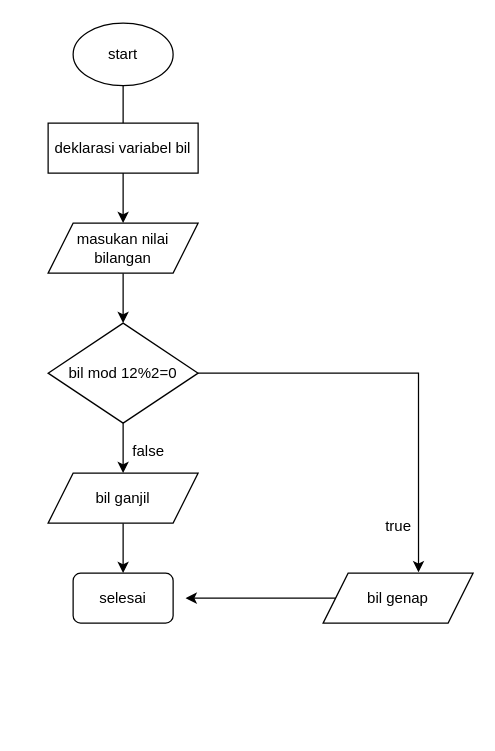
Above: ganjil genal.drawio in lusy17/Algo_B_23241048_ (draw.io), before the change. Source tidied: cells renumbered, new cells numbered last; positions are measured from the earlier drawing's top-left corner, leaving out a move shared by most shapes. Both pictures are drawn from the tidied source at 125%, with x=0, y=0 at pixel (48, 22).
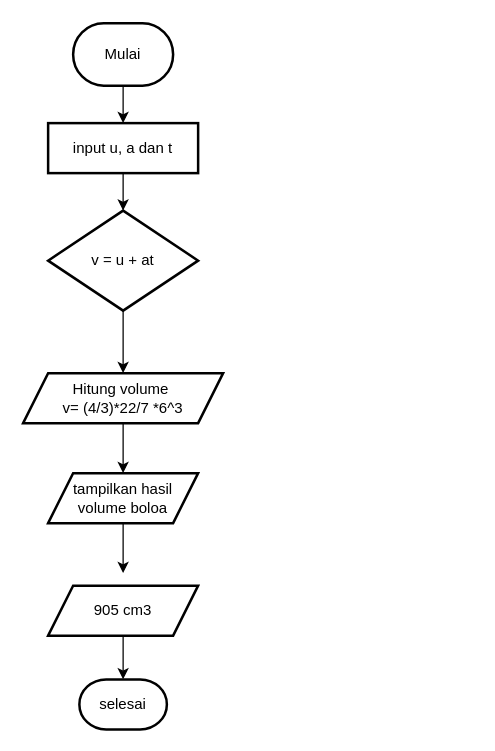
After the change.

Change to the diagram source:
```diff
@@
 <mxGraphModel>
   <root>
     <mxCell id="0" />
     <mxCell id="1" parent="0" />
-    <mxCell id="2" style="edgeStyle=orthogonalEdgeStyle;rounded=0;jettySize=auto;html=1;" parent="1" edge="1" source="3" target="7">
-      <mxGeometry relative="1" as="geometry" />
-    </mxCell>
-    <mxCell id="3" value="start" style="ellipse;whiteSpace=wrap;html=1;" parent="1" vertex="1">
-      <mxGeometry x="20" width="80" height="50" as="geometry" />
-    </mxCell>
-    <mxCell id="4" style="edgeStyle=orthogonalEdgeStyle;rounded=0;orthogonalLoop=1;jettySize=auto;html=1;exitX=0.5;exitY=1;exitDx=0;exitDy=0;" parent="1" edge="1" source="3" target="3">
-      <mxGeometry relative="1" as="geometry" />
+    <mxCell id="4" style="edgeStyle=orthogonalEdgeStyle;rounded=0;orthogonalLoop=1;jettySize=auto;html=1;exitX=0.5;exitY=1;exitDx=0;exitDy=0;" parent="1" edge="1">
+      <mxGeometry relative="1" as="geometry">
+        <mxPoint x="60" y="50" as="sourcePoint" />
+        <mxPoint x="60" y="50" as="targetPoint" />
+      </mxGeometry>
     </mxCell>
+    <mxCell id="18" style="edgeStyle=orthogonalEdgeStyle;rounded=0;jettySize=auto;html=1;" parent="1" edge="1" source="5" target="9">
+      <mxGeometry relative="1" as="geometry" />
+    </mxCell>
-    <mxCell id="5" value="deklarasi variabel bil" style="rounded=0;whiteSpace=wrap;html=1;" parent="1" vertex="1">
+    <mxCell id="5" value="input u, a dan t" style="rounded=0;whiteSpace=wrap;html=1;strokeWidth=2;" parent="1" vertex="1">
       <mxGeometry y="80" width="120" height="40" as="geometry" />
     </mxCell>
-    <mxCell id="6" style="edgeStyle=orthogonalEdgeStyle;rounded=0;jettySize=auto;html=1;" parent="1" edge="1" source="7" target="9">
-      <mxGeometry relative="1" as="geometry" />
-    </mxCell>
+    <mxCell id="19" style="edgeStyle=orthogonalEdgeStyle;rounded=0;jettySize=auto;html=1;" parent="1" edge="1" source="7" target="11">
+      <mxGeometry relative="1" as="geometry" />
+    </mxCell>
-    <mxCell id="7" value="masukan nilai bilangan" style="shape=parallelogram;perimeter=parallelogramPerimeter;whiteSpace=wrap;html=1;fixedSize=1;" parent="1" vertex="1">
-      <mxGeometry y="160" width="120" height="40" as="geometry" />
+    <mxCell id="7" value="Hitung volume&amp;nbsp;&lt;br&gt;v= (4/3)*22/7 *6^3" style="shape=parallelogram;perimeter=parallelogramPerimeter;whiteSpace=wrap;html=1;fixedSize=1;strokeWidth=2;" parent="1" vertex="1">
+      <mxGeometry x="-20" y="280" width="160" height="40" as="geometry" />
     </mxCell>
-    <mxCell id="8" style="edgeStyle=orthogonalEdgeStyle;rounded=0;jettySize=auto;html=1;" parent="1" edge="1" source="9" target="11">
-      <mxGeometry relative="1" as="geometry" />
-    </mxCell>
+    <mxCell id="20" style="edgeStyle=orthogonalEdgeStyle;rounded=0;jettySize=auto;html=1;" parent="1" edge="1" source="9" target="7">
+      <mxGeometry relative="1" as="geometry" />
+    </mxCell>
-    <mxCell id="9" value="bil mod 12%2=0" style="rhombus;whiteSpace=wrap;html=1;" parent="1" vertex="1">
-      <mxGeometry y="240" width="120" height="80" as="geometry" />
+    <mxCell id="9" value="v = u + at" style="rhombus;whiteSpace=wrap;html=1;strokeWidth=2;" parent="1" vertex="1">
+      <mxGeometry y="150" width="120" height="80" as="geometry" />
     </mxCell>
-    <mxCell id="10" style="edgeStyle=orthogonalEdgeStyle;rounded=0;jettySize=auto;html=1;" parent="1" edge="1" source="11" target="14">
-      <mxGeometry relative="1" as="geometry" />
+    <mxCell id="10" style="edgeStyle=orthogonalEdgeStyle;rounded=0;jettySize=auto;html=1;" parent="1" edge="1" source="11">
+      <mxGeometry relative="1" as="geometry">
+        <mxPoint x="60" y="440" as="targetPoint" />
+      </mxGeometry>
     </mxCell>
-    <mxCell id="11" value="bil ganjil" style="shape=parallelogram;perimeter=parallelogramPerimeter;whiteSpace=wrap;html=1;fixedSize=1;" parent="1" vertex="1">
+    <mxCell id="11" value="tampilkan hasil volume boloa" style="shape=parallelogram;perimeter=parallelogramPerimeter;whiteSpace=wrap;html=1;fixedSize=1;strokeWidth=2;" parent="1" vertex="1">
       <mxGeometry y="360" width="120" height="40" as="geometry" />
     </mxCell>
-    <mxCell id="12" style="edgeStyle=orthogonalEdgeStyle;rounded=0;jettySize=auto;html=1;" parent="1" edge="1" source="13">
-      <mxGeometry relative="1" as="geometry">
-        <mxPoint x="110" y="460" as="targetPoint" />
-      </mxGeometry>
-    </mxCell>
-    <mxCell id="13" value="bil genap" style="shape=parallelogram;perimeter=parallelogramPerimeter;whiteSpace=wrap;html=1;fixedSize=1;" parent="1" vertex="1">
-      <mxGeometry x="220" y="440" width="120" height="40" as="geometry" />
-    </mxCell>
+    <mxCell id="21" style="edgeStyle=orthogonalEdgeStyle;rounded=0;jettySize=auto;html=1;entryX=0.5;entryY=0;entryDx=0;entryDy=0;" parent="1" edge="1" source="22" target="5">
+      <mxGeometry relative="1" as="geometry" />
+    </mxCell>
+    <mxCell id="22" value="Mulai" style="strokeWidth=2;html=1;shape=mxgraph.flowchart.terminator;whiteSpace=wrap;" parent="1" vertex="1">
+      <mxGeometry x="20" width="80" height="50" as="geometry" />
+    </mxCell>
-    <mxCell id="14" value="selesai" style="rounded=1;whiteSpace=wrap;html=1;" parent="1" vertex="1">
-      <mxGeometry x="20" y="440" width="80" height="40" as="geometry" />
+    <mxCell id="14" value="selesai" style="strokeWidth=2;html=1;shape=mxgraph.flowchart.terminator;whiteSpace=wrap;" parent="1" vertex="1">
+      <mxGeometry x="25" y="525" width="70" height="40" as="geometry" />
     </mxCell>
-    <mxCell id="15" style="edgeStyle=orthogonalEdgeStyle;rounded=0;jettySize=auto;html=1;entryX=0.636;entryY=-0.017;entryDx=0;entryDy=0;entryPerimeter=0;" parent="1" edge="1" source="9" target="13">
-      <mxGeometry relative="1" as="geometry" />
-    </mxCell>
-    <mxCell id="16" value="true" style="text;html=1;align=center;verticalAlign=middle;strokeColor=none;fillColor=none;" parent="1" vertex="1">
-      <mxGeometry x="260" y="388" width="40" height="30" as="geometry" />
-    </mxCell>
-    <mxCell id="17" value="false" style="text;html=1;align=center;verticalAlign=middle;strokeColor=none;fillColor=none;" parent="1" vertex="1">
-      <mxGeometry x="55" y="328" width="50" height="30" as="geometry" />
-    </mxCell>
+    <mxCell id="23" style="edgeStyle=orthogonalEdgeStyle;rounded=0;jettySize=auto;html=1;" parent="1" edge="1" source="24" target="14">
+      <mxGeometry relative="1" as="geometry" />
+    </mxCell>
+    <mxCell id="24" value="905 cm3" style="shape=parallelogram;perimeter=parallelogramPerimeter;whiteSpace=wrap;html=1;fixedSize=1;strokeWidth=2;" parent="1" vertex="1">
+      <mxGeometry y="450" width="120" height="40" as="geometry" />
+    </mxCell>
   </root>
 </mxGraphModel>
```
